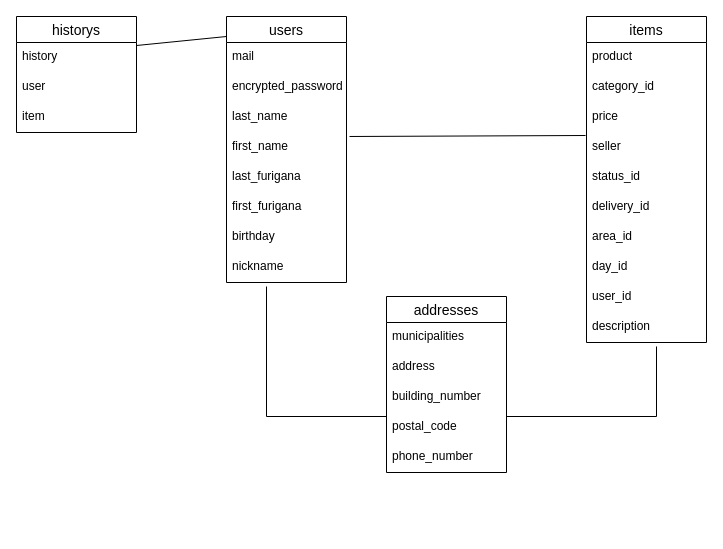
This is test.dio from shoun123/furima-34519, a draw.io file, before an edit. Source tidied: cells renumbered, new cells numbered last; positions are measured from the earlier drawing's top-left corner, leaving out a move shared by most shapes. Both pictures are drawn from the tidied source at 100%, with x=0, y=0 at pixel (16, 16).
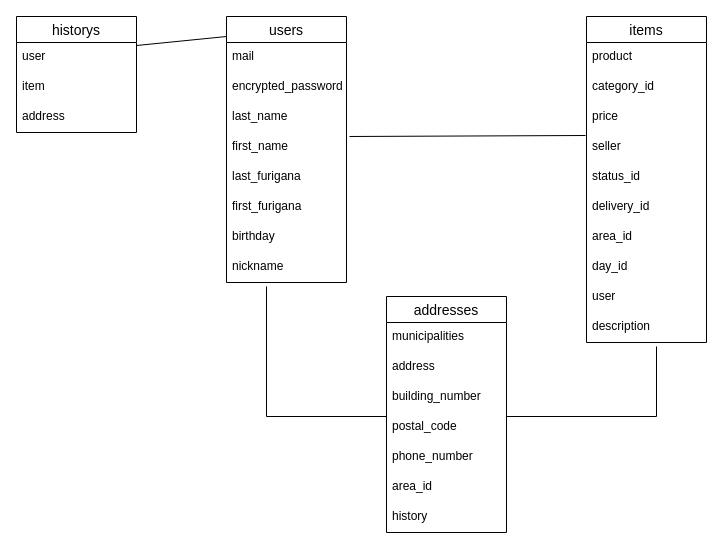
The same diagram, later.

Commit message (it also covers changes not shown here):
データベース設計

Unchanged cells that the change refers to:
```xml
<mxCell id="2" value="items" style="swimlane;fontStyle=0;horizontal=1;startSize=26;align=center;fontSize=14;" parent="1" vertex="1">
  <mxGeometry x="570" width="120" height="326" as="geometry" />
</mxCell>
<mxCell id="31" value="historys" style="swimlane;fontStyle=0;horizontal=1;startSize=26;align=center;fontSize=14;" parent="1" vertex="1">
  <mxGeometry width="120" height="116" as="geometry" />
</mxCell>
```

Change to the diagram source:
```diff
@@
-    <mxCell id="11" value="user_id" style="text;strokeColor=none;fillColor=none;spacingLeft=4;spacingRight=4;overflow=hidden;fontSize=12;" parent="2" vertex="1">
+    <mxCell id="11" value="user" style="text;strokeColor=none;fillColor=none;spacingLeft=4;spacingRight=4;overflow=hidden;fontSize=12;" parent="2" vertex="1">
       <mxGeometry y="266" width="120" height="30" as="geometry" />
     </mxCell>
@@
     <mxCell id="22" value="addresses" style="swimlane;fontStyle=0;horizontal=1;startSize=26;align=center;fontSize=14;" parent="1" vertex="1">
-      <mxGeometry x="370" y="280" width="120" height="176" as="geometry" />
+      <mxGeometry x="370" y="280" width="120" height="236" as="geometry" />
     </mxCell>
@@
+    <mxCell id="36" value="area_id" style="text;strokeColor=none;fillColor=none;spacingLeft=4;spacingRight=4;overflow=hidden;fontSize=12;" parent="22" vertex="1">
+      <mxGeometry y="176" width="120" height="30" as="geometry" />
+    </mxCell>
+    <mxCell id="32" value="history" style="text;strokeColor=none;fillColor=none;spacingLeft=4;spacingRight=4;overflow=hidden;fontSize=12;" parent="22" vertex="1">
+      <mxGeometry y="206" width="120" height="30" as="geometry" />
+    </mxCell>
@@
-    <mxCell id="32" value="history" style="text;strokeColor=none;fillColor=none;spacingLeft=4;spacingRight=4;overflow=hidden;fontSize=12;" parent="31" vertex="1">
-      <mxGeometry y="26" width="120" height="30" as="geometry" />
-    </mxCell>
     <mxCell id="33" value="user" style="text;strokeColor=none;fillColor=none;spacingLeft=4;spacingRight=4;overflow=hidden;fontSize=12;" parent="31" vertex="1">
-      <mxGeometry y="56" width="120" height="30" as="geometry" />
+      <mxGeometry y="26" width="120" height="30" as="geometry" />
     </mxCell>
     <mxCell id="34" value="item" style="text;strokeColor=none;fillColor=none;spacingLeft=4;spacingRight=4;overflow=hidden;fontSize=12;" parent="31" vertex="1">
-      <mxGeometry y="86" width="120" height="30" as="geometry" />
+      <mxGeometry y="56" width="120" height="30" as="geometry" />
     </mxCell>
+    <mxCell id="37" value="address" style="text;strokeColor=none;fillColor=none;spacingLeft=4;spacingRight=4;overflow=hidden;fontSize=12;" parent="31" vertex="1">
+      <mxGeometry y="86" width="120" height="30" as="geometry" />
+    </mxCell>
```
